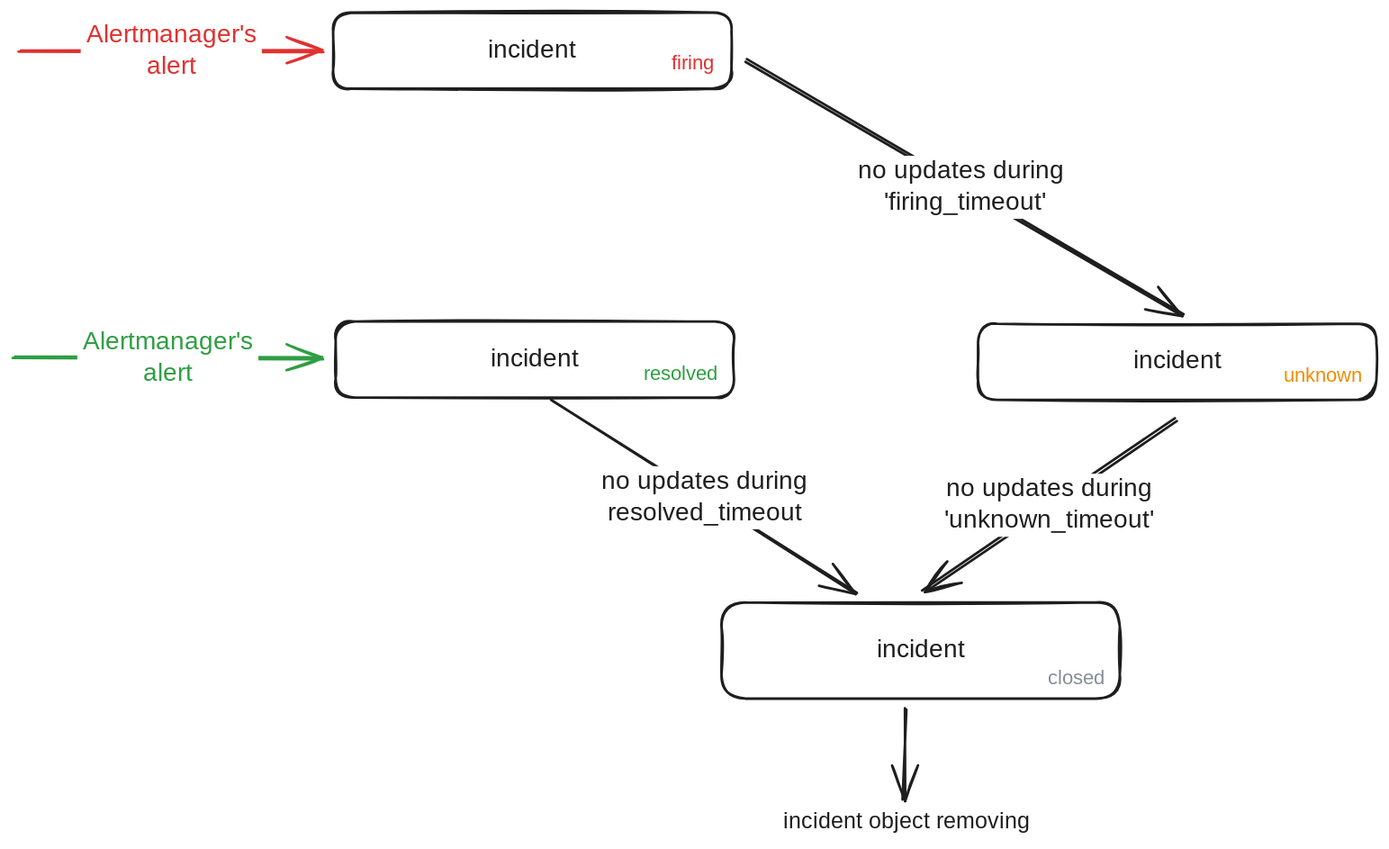
DiTsi/impulse-docs keeps this Excalidraw diagram as docs/media/incident_behavior.excalidraw.svg. Above is the earlier version. Source tidied: one line per element, renumbered; positions are measured from the earlier drawing's top-left corner, leaving out a move shared by most shapes.
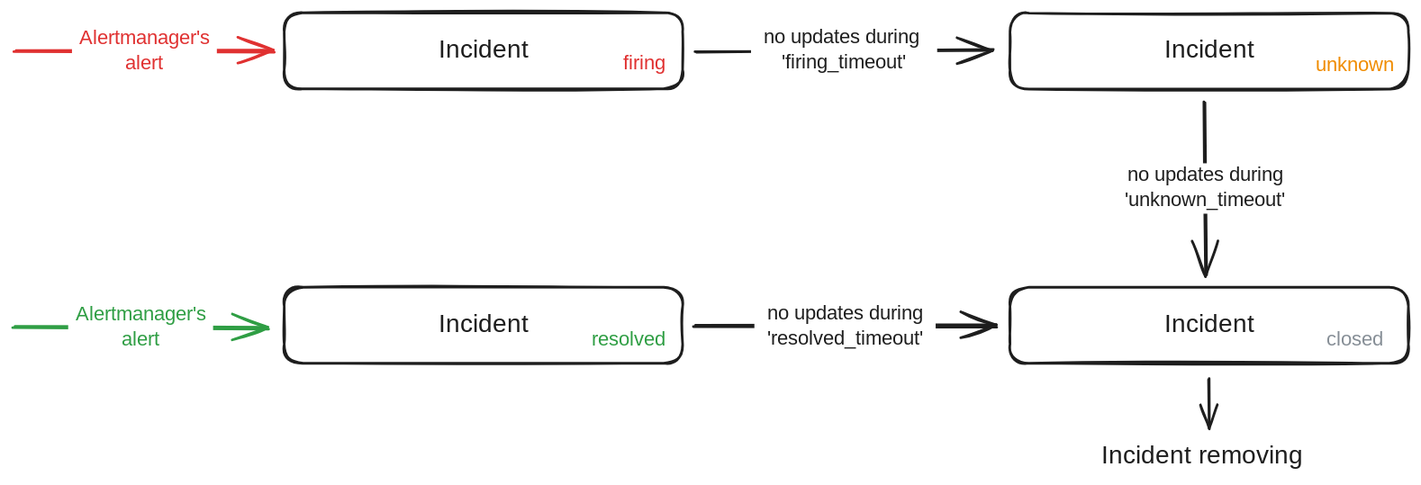
Above is the later version.

Diff of the diagram source:
```diff
@@ -1,24 +1,24 @@
-{"id": 0, "type": "arrow", "strokeColor": "#e03131", "strokeWidth": 2, "roughness": 1, "endArrowhead": "arrow", "round": true, "x": 5, "y": 31, "width": 241, "height": 0, "points": [[0, 0], [241, 0]]}
+{"id": 0, "type": "arrow", "strokeColor": "#e03131", "strokeWidth": 2, "roughness": 1, "endArrowhead": "arrow", "round": true, "to": 2, "x": 70, "y": 31, "width": 206, "height": 0, "points": [[0, 0], [206, 0]]}
-{"id": 1, "type": "text", "text": "Alertmanager's\nalert", "strokeColor": "#e03131", "strokeWidth": 2, "roughness": 1, "fontSize": 20, "fontFamily": 1, "textAlign": "center", "verticalAlign": "middle", "inside": 0, "x": 54, "y": 6, "width": 144, "height": 50}
+{"id": 1, "type": "text", "text": "Alertmanager's\nalert", "strokeColor": "#e03131", "strokeWidth": 2, "roughness": 1, "fontSize": 16, "fontFamily": 1, "textAlign": "center", "verticalAlign": "middle", "inside": 0, "x": 101, "y": 11, "width": 115, "height": 40}
-{"id": 2, "type": "rectangle", "strokeColor": "#1e1e1e", "strokeWidth": 2, "roughness": 1, "round": true, "x": 254, "y": 0, "width": 316, "height": 60}
+{"id": 2, "type": "rectangle", "strokeColor": "#1e1e1e", "strokeWidth": 2, "roughness": 1, "round": true, "x": 284, "y": 0, "width": 316, "height": 60}
-{"id": 3, "type": "text", "text": "incident", "strokeColor": "#1e1e1e", "strokeWidth": 2, "roughness": 1, "fontSize": 20, "fontFamily": 1, "textAlign": "center", "verticalAlign": "middle", "inside": 2, "x": 376, "y": 18, "width": 71, "height": 25}
+{"id": 3, "type": "text", "text": "Incident", "strokeColor": "#1e1e1e", "strokeWidth": 2, "roughness": 1, "fontSize": 20, "fontFamily": 1, "textAlign": "center", "verticalAlign": "middle", "inside": 2, "x": 403, "y": 18, "width": 78, "height": 25}
-{"id": 4, "type": "text", "text": "firing", "strokeColor": "#e03131", "strokeWidth": 2, "roughness": 1, "fontSize": 15.99, "fontFamily": 1, "textAlign": "center", "verticalAlign": "middle", "x": 521, "y": 31, "width": 37, "height": 20}
+{"id": 4, "type": "text", "text": "firing", "strokeColor": "#e03131", "strokeWidth": 2, "roughness": 1, "fontSize": 15.99, "fontFamily": 1, "textAlign": "center", "verticalAlign": "middle", "x": 551, "y": 31, "width": 37, "height": 20}
-{"id": 5, "type": "rectangle", "strokeColor": "#1e1e1e", "strokeWidth": 2, "roughness": 1, "round": true, "x": 765, "y": 247, "width": 316, "height": 60}
+{"id": 5, "type": "rectangle", "strokeColor": "#1e1e1e", "strokeWidth": 2, "roughness": 1, "round": true, "x": 860, "y": 0, "width": 316, "height": 60}
-{"id": 6, "type": "text", "text": "incident", "strokeColor": "#1e1e1e", "strokeWidth": 2, "roughness": 1, "fontSize": 20, "fontFamily": 1, "textAlign": "center", "verticalAlign": "middle", "inside": 5, "x": 891, "y": 264, "width": 64, "height": 25}
+{"id": 6, "type": "text", "text": "Incident", "strokeColor": "#1e1e1e", "strokeWidth": 2, "roughness": 1, "fontSize": 20, "fontFamily": 1, "textAlign": "center", "verticalAlign": "middle", "inside": 5, "x": 979, "y": 18, "width": 78, "height": 25}
-{"id": 7, "type": "text", "text": "unknown", "strokeColor": "#f08c00", "strokeWidth": 2, "roughness": 1, "fontSize": 15.99, "fontFamily": 1, "textAlign": "center", "verticalAlign": "middle", "x": 1010, "y": 279, "width": 58, "height": 20}
+{"id": 7, "type": "text", "text": "unknown", "strokeColor": "#f08c00", "strokeWidth": 2, "roughness": 1, "fontSize": 15.99, "fontFamily": 1, "textAlign": "center", "verticalAlign": "middle", "x": 1104, "y": 32, "width": 58, "height": 20}
-{"id": 8, "type": "arrow", "strokeColor": "#1e1e1e", "strokeWidth": 2, "roughness": 1, "endArrowhead": "arrow", "round": true, "from": 2, "to": 5, "x": 581, "y": 38, "width": 347, "height": 202, "points": [[0, 0], [347, 202]]}
+{"id": 8, "type": "arrow", "strokeColor": "#1e1e1e", "strokeWidth": 2, "roughness": 1, "endArrowhead": "arrow", "round": true, "from": 2, "to": 5, "x": 610, "y": 30, "width": 236, "height": 0, "points": [[0, 0], [236, 0]]}
-{"id": 9, "type": "text", "text": "no updates during \n'firing_timeout'", "strokeColor": "#1e1e1e", "strokeWidth": 2, "roughness": 1, "fontSize": 20, "fontFamily": 1, "textAlign": "center", "verticalAlign": "middle", "inside": 8, "x": 410, "y": 114, "width": 185, "height": 50}
+{"id": 9, "type": "text", "text": "no updates during \n'firing_timeout'", "strokeColor": "#1e1e1e", "strokeWidth": 2, "roughness": 1, "fontSize": 16, "fontFamily": 1, "textAlign": "center", "verticalAlign": "middle", "inside": 8, "x": 639, "y": 10, "width": 148, "height": 40}
-{"id": 10, "type": "rectangle", "strokeColor": "#1e1e1e", "strokeWidth": 2, "roughness": 1, "round": true, "x": 256, "y": 245, "width": 316, "height": 60}
+{"id": 10, "type": "rectangle", "strokeColor": "#1e1e1e", "strokeWidth": 2, "roughness": 1, "round": true, "x": 284, "y": 218, "width": 316, "height": 60}
-{"id": 11, "type": "text", "text": "incident", "strokeColor": "#1e1e1e", "strokeWidth": 2, "roughness": 1, "fontSize": 20, "fontFamily": 1, "textAlign": "center", "verticalAlign": "middle", "inside": 10, "x": 378, "y": 263, "width": 71, "height": 25}
+{"id": 11, "type": "text", "text": "Incident", "strokeColor": "#1e1e1e", "strokeWidth": 2, "roughness": 1, "fontSize": 20, "fontFamily": 1, "textAlign": "center", "verticalAlign": "middle", "inside": 10, "x": 403, "y": 236, "width": 78, "height": 25}
-{"id": 12, "type": "text", "text": "resolved", "strokeColor": "#2f9e44", "strokeWidth": 2, "roughness": 1, "fontSize": 15.99, "fontFamily": 1, "textAlign": "center", "verticalAlign": "middle", "x": 498, "y": 277, "width": 63, "height": 20}
+{"id": 12, "type": "text", "text": "resolved", "strokeColor": "#2f9e44", "strokeWidth": 2, "roughness": 1, "fontSize": 15.99, "fontFamily": 1, "textAlign": "center", "verticalAlign": "middle", "x": 526, "y": 250, "width": 63, "height": 20}
-{"id": 13, "type": "arrow", "strokeColor": "#1e1e1e", "strokeWidth": 2, "roughness": 1, "endArrowhead": "arrow", "round": true, "from": 10, "to": 15, "x": 428, "y": 308, "width": 241, "height": 153, "points": [[0, 0], [241, 153]]}
+{"id": 13, "type": "arrow", "strokeColor": "#1e1e1e", "strokeWidth": 2, "roughness": 1, "endArrowhead": "arrow", "round": true, "from": 10, "to": 24, "x": 609, "y": 249, "width": 239, "height": 0, "points": [[0, 0], [239, 0]]}
-{"id": 14, "type": "text", "text": "no updates during\nresolved_timeout", "strokeColor": "#1e1e1e", "strokeWidth": 2, "roughness": 1, "fontSize": 20, "fontFamily": 1, "textAlign": "center", "verticalAlign": "middle", "inside": 13, "x": 209, "y": 361, "width": 175, "height": 50}
+{"id": 14, "type": "text", "text": "no updates during\n'resolved_timeout'", "strokeColor": "#1e1e1e", "strokeWidth": 2, "roughness": 1, "fontSize": 16, "fontFamily": 1, "textAlign": "center", "verticalAlign": "middle", "inside": 13, "x": 642, "y": 229, "width": 144, "height": 40}
-{"id": 15, "type": "rectangle", "strokeColor": "#1e1e1e", "strokeWidth": 2, "roughness": 1, "round": true, "x": 562, "y": 468, "width": 316, "height": 76}
-{"id": 16, "type": "text", "text": "incident", "strokeColor": "#1e1e1e", "strokeWidth": 2, "roughness": 1, "fontSize": 20, "fontFamily": 1, "textAlign": "center", "verticalAlign": "middle", "inside": 15, "x": 688, "y": 494, "width": 64, "height": 25}
-{"id": 17, "type": "text", "text": "closed", "strokeColor": "#868e96", "strokeWidth": 2, "roughness": 1, "fontSize": 15.99, "fontFamily": 1, "textAlign": "center", "verticalAlign": "middle", "x": 819, "y": 519, "width": 48, "height": 20}
-{"id": 18, "type": "arrow", "strokeColor": "#2f9e44", "strokeWidth": 2, "roughness": 1, "endArrowhead": "arrow", "round": true, "x": 0, "y": 274, "width": 245, "height": 0, "points": [[0, 0], [245, 0]]}
+{"id": 18, "type": "arrow", "strokeColor": "#2f9e44", "strokeWidth": 2, "roughness": 1, "endArrowhead": "arrow", "round": true, "to": 10, "x": 69, "y": 250, "width": 202, "height": 0, "points": [[0, 0], [202, 0]]}
-{"id": 19, "type": "text", "text": "Alertmanager's\nalert", "strokeColor": "#2f9e44", "strokeWidth": 2, "roughness": 1, "fontSize": 20, "fontFamily": 1, "textAlign": "center", "verticalAlign": "middle", "inside": 18, "x": 51, "y": 249, "width": 144, "height": 50}
+{"id": 19, "type": "text", "text": "Alertmanager's\nalert", "strokeColor": "#2f9e44", "strokeWidth": 2, "roughness": 1, "fontSize": 16, "fontFamily": 1, "textAlign": "center", "verticalAlign": "middle", "inside": 18, "x": 99, "y": 230, "width": 115, "height": 40}
-{"id": 20, "type": "text", "text": "incident object removing", "strokeColor": "#1e1e1e", "strokeWidth": 2, "roughness": 1, "fontSize": 17.7, "fontFamily": 1, "x": 611, "y": 631, "width": 202, "height": 22}
+{"id": 20, "type": "text", "text": "Incident removing", "strokeColor": "#1e1e1e", "strokeWidth": 2, "roughness": 1, "fontSize": 20, "fontFamily": 1, "x": 932, "y": 340, "width": 165, "height": 25}
-{"id": 21, "type": "arrow", "strokeColor": "#1e1e1e", "strokeWidth": 2, "roughness": 1, "endArrowhead": "arrow", "round": true, "from": 15, "to": 20, "x": 708, "y": 553, "width": 1, "height": 72, "points": [[0, 0], [-1, 72]]}
+{"id": 21, "type": "arrow", "strokeColor": "#1e1e1e", "strokeWidth": 2, "roughness": 1, "endArrowhead": "arrow", "round": true, "from": 24, "to": 20, "x": 1017, "y": 291, "width": 0, "height": 39, "points": [[0, 0], [0, 39]]}
-{"id": 22, "type": "arrow", "strokeColor": "#1e1e1e", "strokeWidth": 2, "roughness": 1, "endArrowhead": "arrow", "round": true, "from": 5, "to": 15, "x": 923, "y": 323, "width": 201, "height": 136, "points": [[0, 0], [-201, 136]]}
+{"id": 22, "type": "arrow", "strokeColor": "#1e1e1e", "strokeWidth": 2, "roughness": 1, "endArrowhead": "arrow", "round": true, "from": 5, "to": 24, "x": 1013, "y": 71, "width": 2, "height": 138, "points": [[0, 0], [2, 138]]}
-{"id": 23, "type": "text", "text": "no updates during\n'unknown_timeout'", "strokeColor": "#1e1e1e", "strokeWidth": 2, "roughness": 1, "fontSize": 20, "fontFamily": 1, "textAlign": "center", "verticalAlign": "middle", "inside": 22, "x": 482, "y": 367, "width": 175, "height": 50}
+{"id": 23, "type": "text", "text": "no updates during\n'unknown_timeout'", "strokeColor": "#1e1e1e", "strokeWidth": 2, "roughness": 1, "fontSize": 16, "fontFamily": 1, "textAlign": "center", "verticalAlign": "middle", "inside": 22, "x": 945, "y": 120, "width": 140, "height": 40}
+{"id": 24, "type": "rectangle", "strokeColor": "#1e1e1e", "strokeWidth": 2, "roughness": 1, "round": true, "x": 860, "y": 218, "width": 316, "height": 60}
+{"id": 25, "type": "text", "text": "Incident", "strokeColor": "#1e1e1e", "strokeWidth": 2, "roughness": 1, "fontSize": 20, "fontFamily": 1, "textAlign": "center", "verticalAlign": "middle", "inside": 24, "x": 979, "y": 236, "width": 78, "height": 25}
+{"id": 17, "type": "text", "text": "closed", "strokeColor": "#868e96", "strokeWidth": 2, "roughness": 1, "fontSize": 15.99, "fontFamily": 1, "textAlign": "center", "verticalAlign": "middle", "x": 1109, "y": 250, "width": 48, "height": 20}
```
